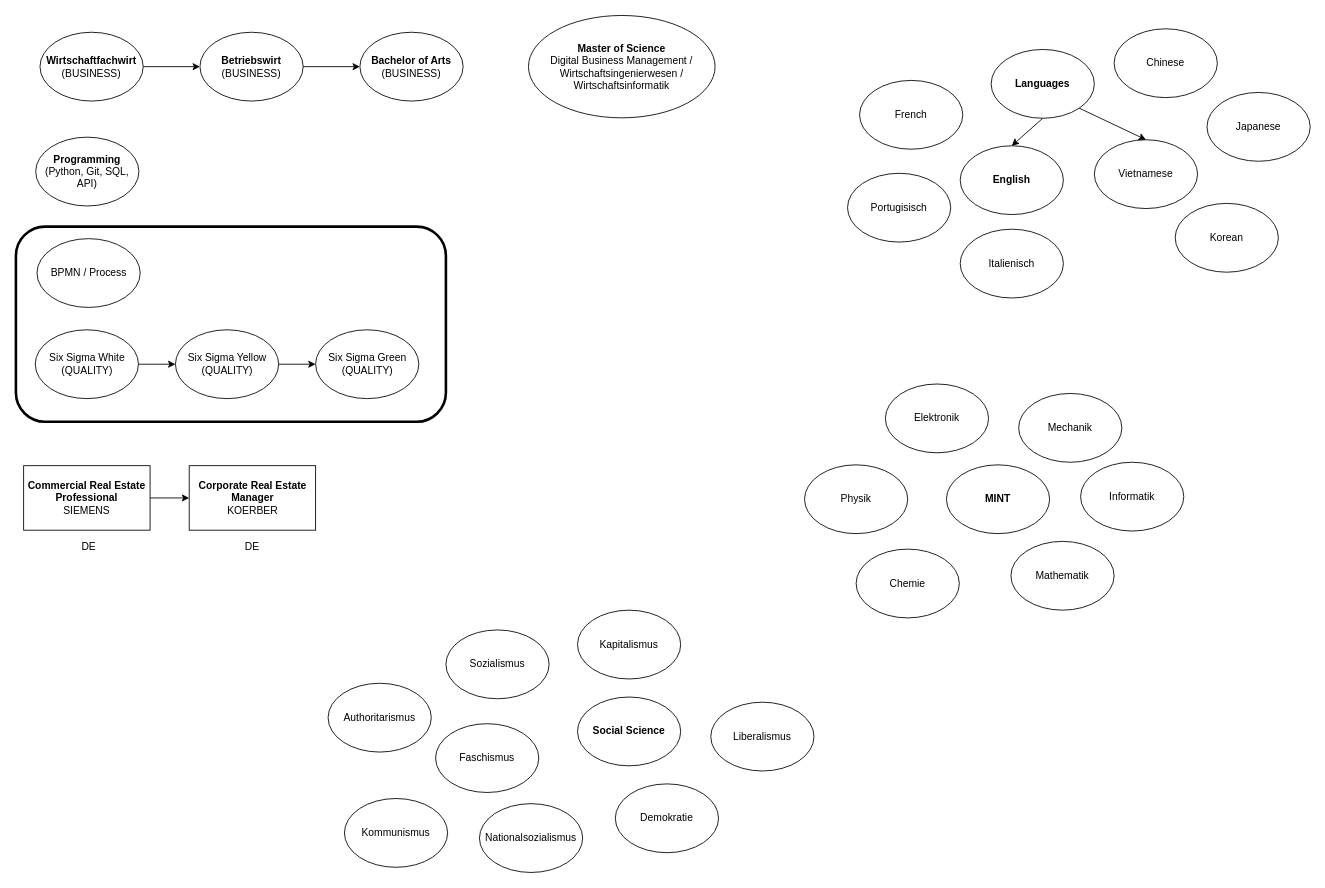
Earlier version of the draw.io diagram page "Trajectory" (1 of 4) of Notes/My CS Roadmap.drawio (wunschzettel891/Workbench). Source tidied: cells renumbered, new cells numbered last; positions are measured from the earlier drawing's top-left corner, leaving out a move shared by most shapes. Both pictures are drawn from the tidied source at 86%, with x=0, y=0 at pixel (15, 15).
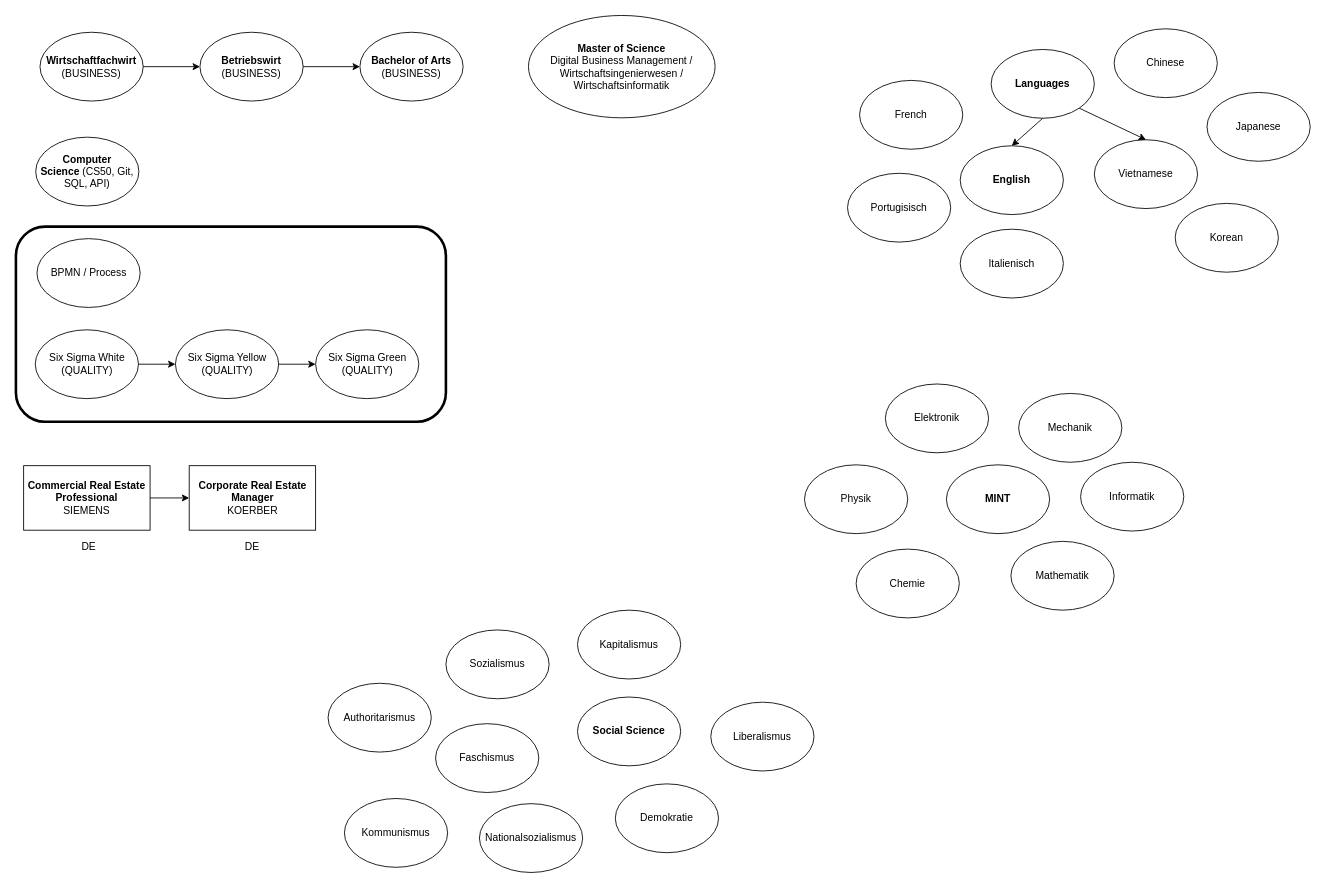
The same page after the edit.

The edit, as a diff of the source:
```diff
@@
-    <mxCell id="18" value="&lt;b&gt;Programming&lt;/b&gt; (Python, Git, SQL, API)" style="ellipse;whiteSpace=wrap;html=1;fillColor=light-dark(#FFFFFF,#FFFF00);fillStyle=solid;fontColor=light-dark(#000000,#000000);strokeColor=light-dark(#000000,#000000);" parent="1" vertex="1">
+    <mxCell id="18" value="&lt;b&gt;Computer Science&lt;/b&gt;&amp;nbsp;(CS50, Git, SQL, API)" style="ellipse;whiteSpace=wrap;html=1;fillColor=light-dark(#FFFFFF,#FFFF00);fillStyle=solid;fontColor=light-dark(#000000,#000000);strokeColor=light-dark(#000000,#000000);" parent="1" vertex="1">
       <mxGeometry x="23" y="142" width="120" height="80" as="geometry" />
     </mxCell>
```
